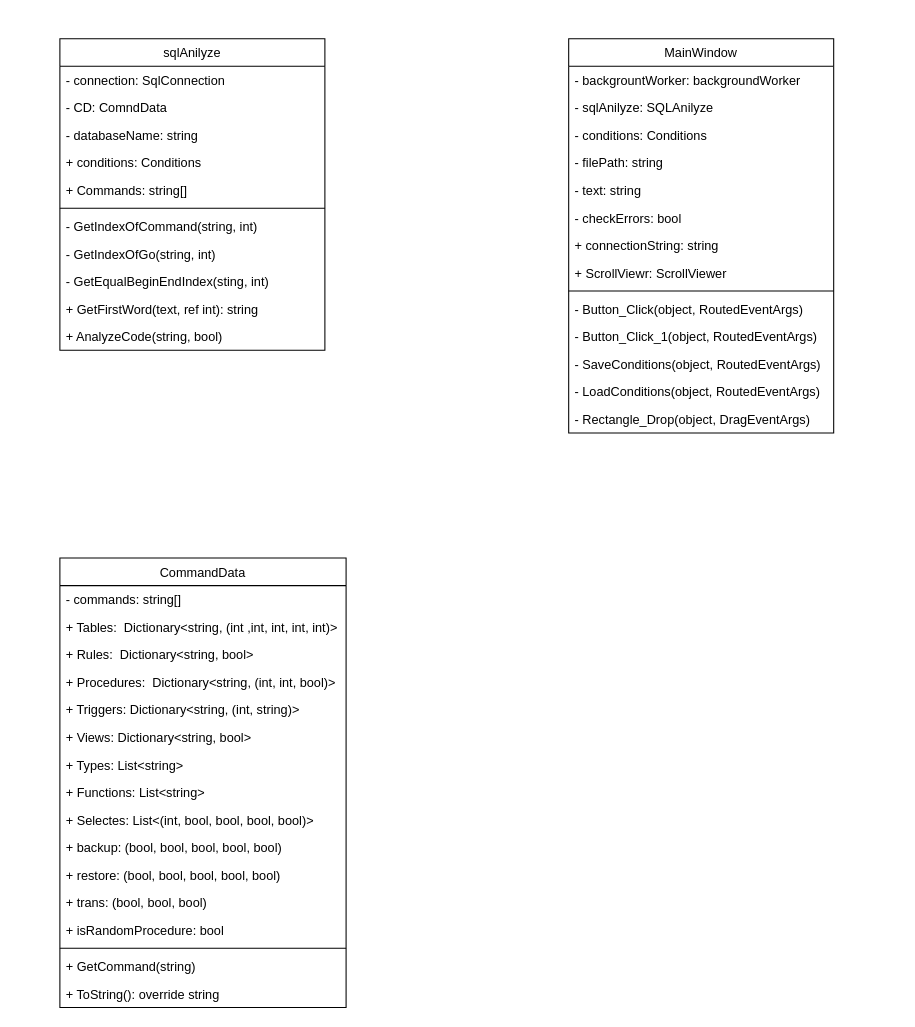
The draw.io diagram ClassDiagram.drawio in nerfenoff/BDKursach2019, before the edit. Source tidied: cells renumbered, new cells numbered last; positions are measured from the earlier drawing's top-left corner, leaving out a move shared by most shapes. Both pictures are drawn from the tidied source at 106%, with x=0, y=0 at pixel (59, 38).
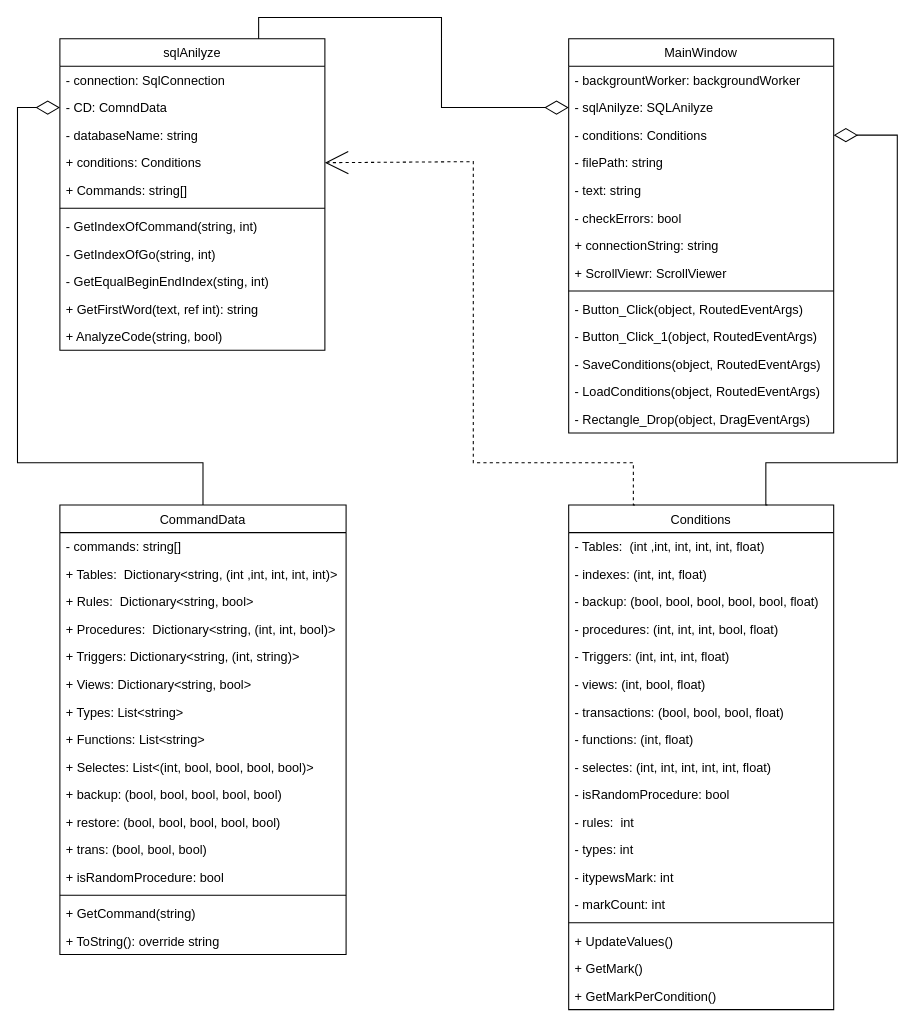
Above is the later version.

The change refers to these unchanged cells:
```xml
<mxCell id="4" value="- sqlAnilyze: SQLAnilyze" style="text;strokeColor=none;fillColor=none;align=left;verticalAlign=top;spacingLeft=4;spacingRight=4;overflow=hidden;points=[[0,0.5],[1,0.5]];portConstraint=eastwest;" parent="2" vertex="1">
  <mxGeometry y="52" width="250" height="26" as="geometry" />
</mxCell>
<mxCell id="5" value="- conditions: Conditions" style="text;strokeColor=none;fillColor=none;align=left;verticalAlign=top;spacingLeft=4;spacingRight=4;overflow=hidden;points=[[0,0.5],[1,0.5]];portConstraint=eastwest;" parent="2" vertex="1">
  <mxGeometry y="78" width="250" height="26" as="geometry" />
</mxCell>
<mxCell id="17" value="sqlAnilyze" style="swimlane;fontStyle=0;horizontal=1;startSize=26;fillColor=none;" parent="1" vertex="1">
  <mxGeometry width="250" height="294" as="geometry" />
</mxCell>
<mxCell id="19" value="- CD: ComndData" style="text;strokeColor=none;fillColor=none;align=left;verticalAlign=top;spacingLeft=4;spacingRight=4;overflow=hidden;points=[[0,0.5],[1,0.5]];portConstraint=eastwest;" parent="17" vertex="1">
  <mxGeometry y="52" width="250" height="26" as="geometry" />
</mxCell>
<mxCell id="21" value="+ conditions: Conditions" style="text;strokeColor=none;fillColor=none;align=left;verticalAlign=top;spacingLeft=4;spacingRight=4;overflow=hidden;points=[[0,0.5],[1,0.5]];portConstraint=eastwest;" parent="17" vertex="1">
  <mxGeometry y="104" width="250" height="26" as="geometry" />
</mxCell>
```

The edit, as a diff of the source:
```diff
@@
+    <mxCell id="46" style="edgeStyle=orthogonalEdgeStyle;rounded=0;jettySize=auto;html=1;exitX=0.75;exitY=0;exitDx=0;exitDy=0;entryX=0;entryY=0.5;entryDx=0;entryDy=0;endArrow=diamondThin;endFill=0;endSize=20;" parent="1" edge="1" source="17" target="4">
+      <mxGeometry relative="1" as="geometry" />
+    </mxCell>
@@
+    <mxCell id="47" style="edgeStyle=orthogonalEdgeStyle;rounded=0;jettySize=auto;html=1;exitX=0.5;exitY=0;exitDx=0;exitDy=0;entryX=0;entryY=0.5;entryDx=0;entryDy=0;endArrow=diamondThin;endFill=0;endSize=20;" parent="1" edge="1" source="29" target="19">
+      <mxGeometry relative="1" as="geometry">
+        <Array as="points">
+          <mxPoint x="135" y="400" />
+          <mxPoint x="-40" y="400" />
+          <mxPoint x="-40" y="65" />
+        </Array>
+      </mxGeometry>
+    </mxCell>
     <mxCell id="29" value="CommandData" style="swimlane;fontStyle=0;horizontal=1;startSize=26;fillColor=none;" parent="1" vertex="1">
-      <mxGeometry y="490" width="270" height="424" as="geometry" />
+      <mxGeometry y="440" width="270" height="424" as="geometry" />
     </mxCell>
@@
+    <mxCell id="48" style="edgeStyle=orthogonalEdgeStyle;rounded=0;jettySize=auto;html=1;exitX=0.75;exitY=0;exitDx=0;exitDy=0;entryX=1;entryY=0.5;entryDx=0;entryDy=0;endArrow=diamondThin;endFill=0;endSize=20;" parent="1" edge="1" source="50" target="5">
+      <mxGeometry relative="1" as="geometry">
+        <Array as="points">
+          <mxPoint x="666" y="440" />
+          <mxPoint x="666" y="400" />
+          <mxPoint x="790" y="400" />
+          <mxPoint x="790" y="91" />
+        </Array>
+      </mxGeometry>
+    </mxCell>
+    <mxCell id="49" style="edgeStyle=orthogonalEdgeStyle;rounded=0;jettySize=auto;html=1;exitX=0.25;exitY=0;exitDx=0;exitDy=0;entryX=1;entryY=0.5;entryDx=0;entryDy=0;endSize=20;endArrow=open;endFill=0;dashed=1;" parent="1" edge="1" source="50" target="21">
+      <mxGeometry relative="1" as="geometry">
+        <Array as="points">
+          <mxPoint x="541" y="440" />
+          <mxPoint x="541" y="400" />
+          <mxPoint x="390" y="400" />
+          <mxPoint x="390" y="116" />
+        </Array>
+      </mxGeometry>
+    </mxCell>
+    <mxCell id="50" value="Conditions" style="swimlane;fontStyle=0;horizontal=1;startSize=26;fillColor=none;" parent="1" vertex="1">
+      <mxGeometry x="480" y="440" width="250" height="476" as="geometry" />
+    </mxCell>
+    <mxCell id="51" value="- Tables:  (int ,int, int, int, int, float)" style="text;strokeColor=none;fillColor=none;align=left;verticalAlign=top;spacingLeft=4;spacingRight=4;overflow=hidden;" parent="50" vertex="1">
+      <mxGeometry y="26" width="250" height="26" as="geometry" />
+    </mxCell>
+    <mxCell id="52" value="- indexes: (int, int, float)" style="text;strokeColor=none;fillColor=none;align=left;verticalAlign=top;spacingLeft=4;spacingRight=4;overflow=hidden;" parent="50" vertex="1">
+      <mxGeometry y="52" width="250" height="26" as="geometry" />
+    </mxCell>
+    <mxCell id="53" value="- backup: (bool, bool, bool, bool, bool, float)" style="text;strokeColor=none;fillColor=none;align=left;verticalAlign=top;spacingLeft=4;spacingRight=4;overflow=hidden;" parent="50" vertex="1">
+      <mxGeometry y="78" width="250" height="26" as="geometry" />
+    </mxCell>
+    <mxCell id="54" value="- procedures: (int, int, int, bool, float)" style="text;strokeColor=none;fillColor=none;align=left;verticalAlign=top;spacingLeft=4;spacingRight=4;overflow=hidden;" parent="50" vertex="1">
+      <mxGeometry y="104" width="250" height="26" as="geometry" />
+    </mxCell>
+    <mxCell id="55" value="- Triggers: (int, int, int, float)" style="text;strokeColor=none;fillColor=none;align=left;verticalAlign=top;spacingLeft=4;spacingRight=4;overflow=hidden;" parent="50" vertex="1">
+      <mxGeometry y="130" width="250" height="26" as="geometry" />
+    </mxCell>
+    <mxCell id="56" value="- views: (int, bool, float)" style="text;strokeColor=none;fillColor=none;align=left;verticalAlign=top;spacingLeft=4;spacingRight=4;overflow=hidden;" parent="50" vertex="1">
+      <mxGeometry y="156" width="250" height="26" as="geometry" />
+    </mxCell>
+    <mxCell id="57" value="- transactions: (bool, bool, bool, float)" style="text;strokeColor=none;fillColor=none;align=left;verticalAlign=top;spacingLeft=4;spacingRight=4;overflow=hidden;" parent="50" vertex="1">
+      <mxGeometry y="182" width="250" height="26" as="geometry" />
+    </mxCell>
+    <mxCell id="58" value="- functions: (int, float)" style="text;strokeColor=none;fillColor=none;align=left;verticalAlign=top;spacingLeft=4;spacingRight=4;overflow=hidden;" parent="50" vertex="1">
+      <mxGeometry y="208" width="250" height="26" as="geometry" />
+    </mxCell>
+    <mxCell id="59" value="- selectes: (int, int, int, int, int, float)" style="text;strokeColor=none;fillColor=none;align=left;verticalAlign=top;spacingLeft=4;spacingRight=4;overflow=hidden;" parent="50" vertex="1">
+      <mxGeometry y="234" width="250" height="26" as="geometry" />
+    </mxCell>
+    <mxCell id="60" value="- isRandomProcedure: bool" style="text;strokeColor=none;fillColor=none;align=left;verticalAlign=top;spacingLeft=4;spacingRight=4;overflow=hidden;" parent="50" vertex="1">
+      <mxGeometry y="260" width="250" height="26" as="geometry" />
+    </mxCell>
+    <mxCell id="61" value="- rules:  int" style="text;strokeColor=none;fillColor=none;align=left;verticalAlign=top;spacingLeft=4;spacingRight=4;overflow=hidden;" parent="50" vertex="1">
+      <mxGeometry y="286" width="250" height="26" as="geometry" />
+    </mxCell>
+    <mxCell id="62" value="- types: int" style="text;strokeColor=none;fillColor=none;align=left;verticalAlign=top;spacingLeft=4;spacingRight=4;overflow=hidden;" parent="50" vertex="1">
+      <mxGeometry y="312" width="250" height="26" as="geometry" />
+    </mxCell>
+    <mxCell id="63" value="- itypewsMark: int" style="text;strokeColor=none;fillColor=none;align=left;verticalAlign=top;spacingLeft=4;spacingRight=4;overflow=hidden;" parent="50" vertex="1">
+      <mxGeometry y="338" width="250" height="26" as="geometry" />
+    </mxCell>
+    <mxCell id="64" value="- markCount: int" style="text;strokeColor=none;fillColor=none;align=left;verticalAlign=top;spacingLeft=4;spacingRight=4;overflow=hidden;" parent="50" vertex="1">
+      <mxGeometry y="364" width="250" height="26" as="geometry" />
+    </mxCell>
+    <mxCell id="65" style="line;strokeWidth=1;fillColor=none;align=left;verticalAlign=middle;spacingTop=-1;spacingLeft=3;spacingRight=3;labelPosition=right;" parent="50" vertex="1">
+      <mxGeometry y="390" width="250" height="8" as="geometry" />
+    </mxCell>
+    <mxCell id="66" value="+ UpdateValues()" style="text;strokeColor=none;fillColor=none;align=left;verticalAlign=top;spacingLeft=4;spacingRight=4;overflow=hidden;" parent="50" vertex="1">
+      <mxGeometry y="398" width="250" height="26" as="geometry" />
+    </mxCell>
+    <mxCell id="67" value="+ GetMark()" style="text;strokeColor=none;fillColor=none;align=left;verticalAlign=top;spacingLeft=4;spacingRight=4;overflow=hidden;" parent="50" vertex="1">
+      <mxGeometry y="424" width="250" height="26" as="geometry" />
+    </mxCell>
+    <mxCell id="68" value="+ GetMarkPerCondition()" style="text;strokeColor=none;fillColor=none;align=left;verticalAlign=top;spacingLeft=4;spacingRight=4;overflow=hidden;" parent="50" vertex="1">
+      <mxGeometry y="450" width="250" height="26" as="geometry" />
+    </mxCell>
```
